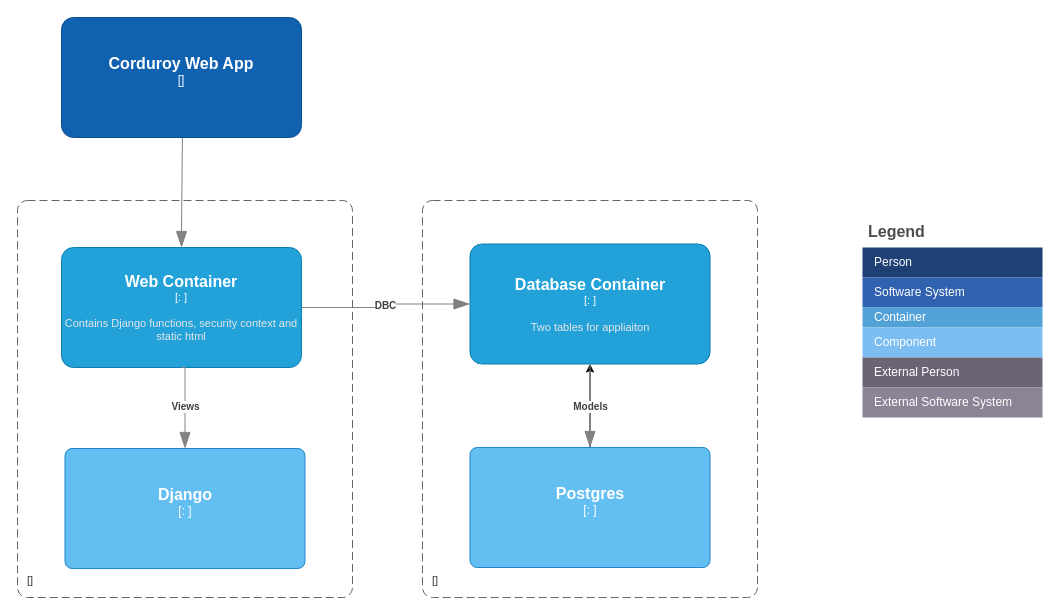
Earlier version of the draw.io diagram docs/C4/containers-C4.drawio (bartelsjoshuac/Corduroy). Source tidied: cells renumbered, new cells numbered last; positions are measured from the earlier drawing's top-left corner, leaving out a move shared by most shapes. Both pictures are drawn from the tidied source at 100%, with x=0, y=0 at pixel (17, 17).
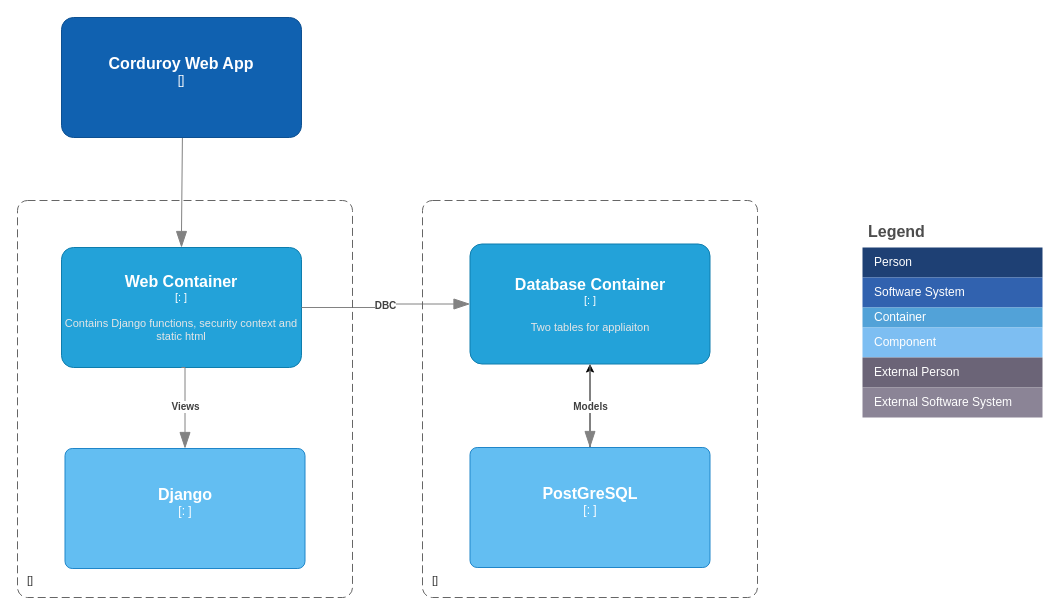
The same diagram, later.

What changed in the source:
```diff
@@
-    <object id="21" label="&lt;font style=&quot;font-size: 16px&quot;&gt;&lt;b&gt;%c4Name%&lt;/b&gt;&lt;/font&gt;&lt;div&gt;[%c4Type%: %c4Technology%]&lt;/div&gt;&lt;br&gt;&lt;div&gt;&lt;font style=&quot;font-size: 11px&quot;&gt;%c4Description%&lt;/font&gt;&lt;/div&gt;" c4Description="" c4Name="Postgres" c4Technology="" c4Type="" placeholders="1">
+    <object id="21" label="&lt;font style=&quot;font-size: 16px&quot;&gt;&lt;b&gt;%c4Name%&lt;/b&gt;&lt;/font&gt;&lt;div&gt;[%c4Type%: %c4Technology%]&lt;/div&gt;&lt;br&gt;&lt;div&gt;&lt;font style=&quot;font-size: 11px&quot;&gt;%c4Description%&lt;/font&gt;&lt;/div&gt;" c4Description="" c4Name="PostGreSQL" c4Technology="" c4Type="" placeholders="1">
       <mxCell style="rounded=1;whiteSpace=wrap;html=1;labelBackgroundColor=none;fillColor=#63BEF2;fontColor=#ffffff;align=center;arcSize=6;strokeColor=#2086C9;points=[[0.25,0,0],[0.5,0,0],[0.75,0,0],[1,0.25,0],[1,0.5,0],[1,0.75,0],[0.75,1,0],[0.5,1,0],[0.25,1,0],[0,0.75,0],[0,0.5,0],[0,0.25,0]];" parent="1" vertex="1">
         <mxGeometry x="452.5" y="430" width="240" height="120" as="geometry" />
       </mxCell>
     </object>
```
